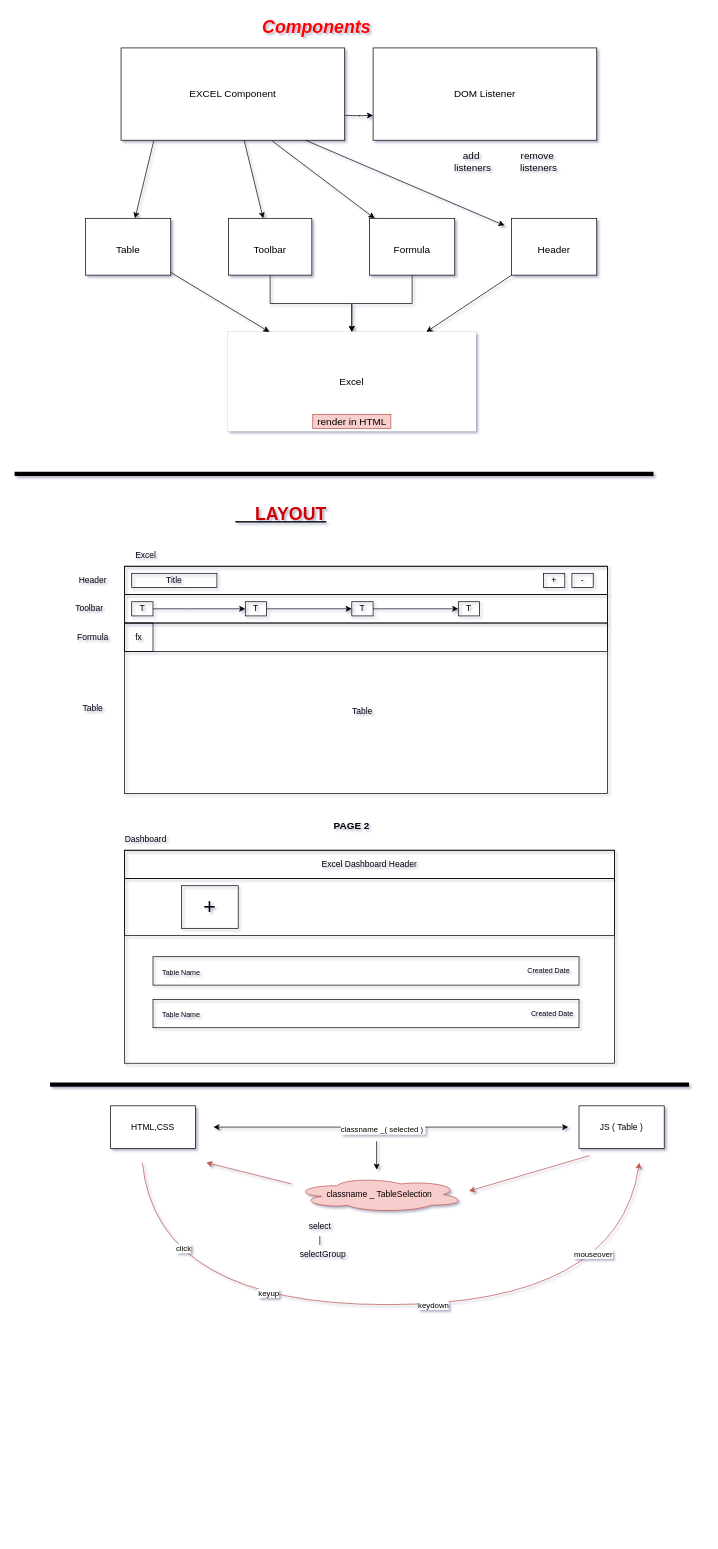
Before: excelDiagram.drawio in handreasyan/excel-project, a draw.io diagram. Source tidied: cells renumbered, new cells numbered last; positions are measured from the earlier drawing's top-left corner, leaving out a move shared by most shapes. Both pictures are drawn from the tidied source at 71%, with x=0, y=0 at pixel (14, 12).
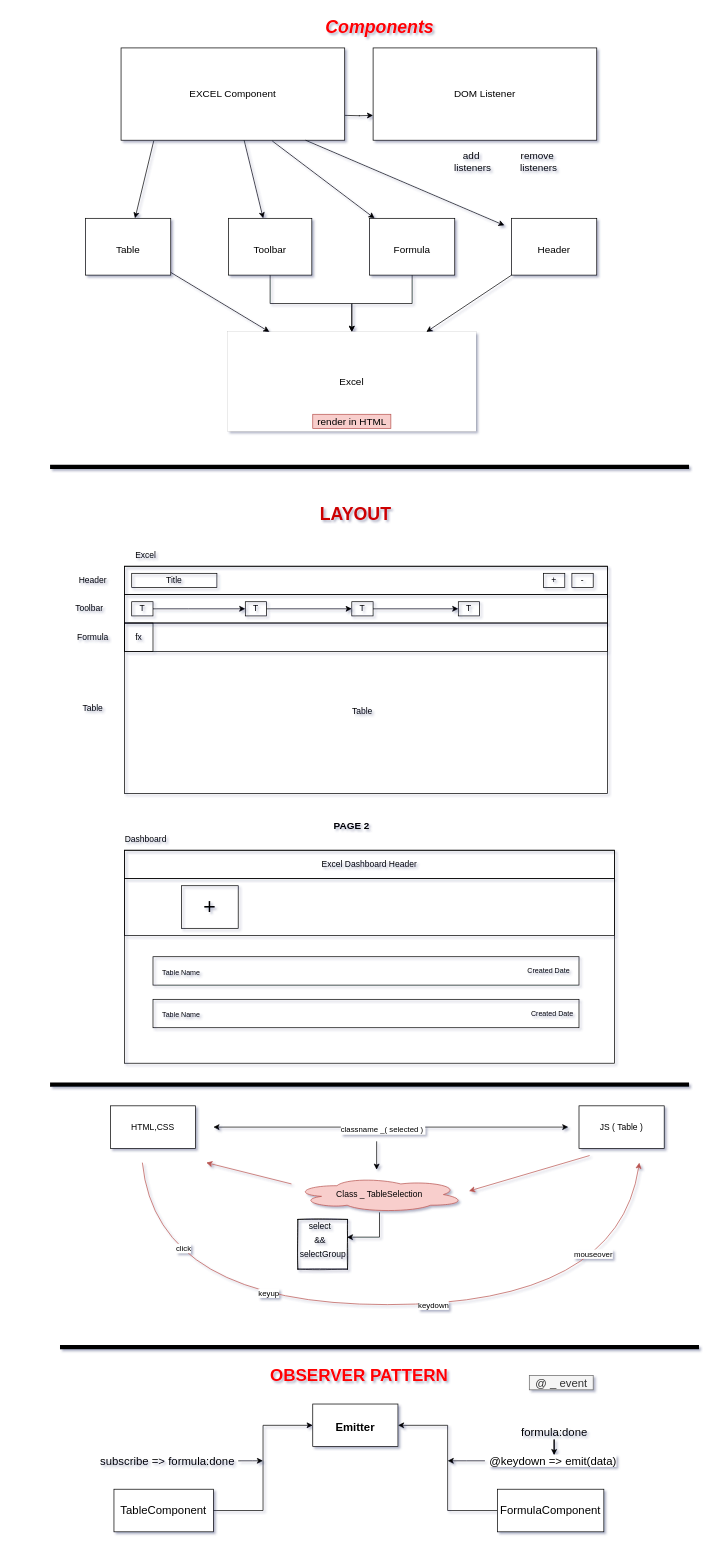
The same diagram, later.

Diff of the diagram source:
```diff
@@
-    <mxCell id="35" value="&lt;font style=&quot;font-size: 25px&quot;&gt;&lt;b&gt;&lt;u&gt;&lt;font color=&quot;#cc0000&quot;&gt;&amp;nbsp; &amp;nbsp;&lt;span style=&quot;white-space: pre&quot;&gt; &lt;/span&gt;LAYOUT&lt;br&gt;&lt;br&gt;&lt;br&gt;&lt;/font&gt;&lt;br&gt;&lt;/u&gt;&lt;/b&gt;&lt;/font&gt;" style="text;html=1;align=center;verticalAlign=middle;strokeColor=none;fillColor=none;" parent="1" vertex="1">
-      <mxGeometry x="290" y="710" width="170" height="80" as="geometry" />
+    <mxCell id="35" value="&lt;font style=&quot;font-size: 25px&quot;&gt;&lt;b&gt;&lt;font color=&quot;#cc0000&quot;&gt;LAYOUT&lt;br&gt;&lt;br&gt;&lt;br&gt;&lt;/font&gt;&lt;br&gt;&lt;/b&gt;&lt;/font&gt;" style="text;html=1;align=center;verticalAlign=middle;strokeColor=none;fillColor=none;strokeWidth=0;" parent="1" vertex="1">
+      <mxGeometry x="420" y="710" width="120" height="80" as="geometry" />
     </mxCell>
     <mxCell id="36" value="&lt;font color=&quot;#ff0000&quot;&gt;&lt;b&gt;&lt;i&gt;Components&lt;/i&gt;&lt;/b&gt;&lt;/font&gt;" style="text;html=1;align=center;verticalAlign=middle;strokeColor=none;fillColor=none;fontSize=25;" parent="1" vertex="1">
-      <mxGeometry x="340" width="170" height="40" as="geometry" />
+      <mxGeometry x="429" width="170" height="40" as="geometry" />
     </mxCell>
@@
     <mxCell id="56" style="endArrow=none;html=1;strokeWidth=6;" parent="1" edge="1">
       <mxGeometry relative="1" as="geometry">
-        <mxPoint y="650" as="sourcePoint" />
-        <mxPoint x="900" y="650" as="targetPoint" />
+        <mxPoint x="50" y="640" as="sourcePoint" />
+        <mxPoint x="950" y="640" as="targetPoint" />
       </mxGeometry>
     </mxCell>
@@
+    <mxCell id="74" style="edgeStyle=orthogonalEdgeStyle;rounded=0;jettySize=auto;html=1;entryX=0.986;entryY=0.357;entryDx=0;entryDy=0;entryPerimeter=0;fontSize=16;fontColor=#000000;" parent="1" edge="1" source="63" target="82">
+      <mxGeometry relative="1" as="geometry" />
+    </mxCell>
-    <mxCell id="63" value="classname _ TableSelection" style="ellipse;shape=cloud;whiteSpace=wrap;html=1;fillColor=#f8cecc;strokeColor=#b85450;" parent="1" vertex="1">
+    <mxCell id="63" value="Class _ TableSelection" style="ellipse;shape=cloud;whiteSpace=wrap;html=1;fillColor=#f8cecc;strokeColor=#b85450;" parent="1" vertex="1">
       <mxGeometry x="394" y="1640" width="240" height="50" as="geometry" />
     </mxCell>
@@
-    <mxCell id="66" value="|" style="text;html=1;align=center;verticalAlign=middle;strokeColor=none;" parent="1" vertex="1">
-      <mxGeometry x="420" y="1720" width="20" height="20" as="geometry" />
+    <mxCell id="66" value="&amp;amp;&amp;amp;" style="text;html=1;align=center;verticalAlign=middle;strokeColor=none;" parent="1" vertex="1">
+      <mxGeometry x="415" y="1720" width="30" height="20" as="geometry" />
     </mxCell>
@@
+    <mxCell id="75" style="endArrow=none;html=1;strokeWidth=6;" parent="1" edge="1">
+      <mxGeometry relative="1" as="geometry">
+        <mxPoint x="64" y="1880" as="sourcePoint" />
+        <mxPoint x="964" y="1880" as="targetPoint" />
+      </mxGeometry>
+    </mxCell>
+    <mxCell id="76" value="&lt;b&gt;&lt;font style=&quot;font-size: 24px&quot; color=&quot;#ff0000&quot;&gt;OBSERVER PATTERN&lt;/font&gt;&lt;/b&gt;" style="text;html=1;align=center;verticalAlign=middle;strokeColor=none;fillColor=none;" parent="1" vertex="1">
+      <mxGeometry x="350" y="1910" width="270" height="20" as="geometry" />
+    </mxCell>
+    <mxCell id="77" value="&lt;font color=&quot;#000000&quot; style=&quot;font-size: 16px&quot;&gt;&lt;b&gt;Emitter&lt;/b&gt;&lt;/font&gt;" style="rounded=0;whiteSpace=wrap;html=1;fontSize=24;fontColor=#FF0000;" parent="1" vertex="1">
+      <mxGeometry x="420" y="1960" width="120" height="60" as="geometry" />
+    </mxCell>
+    <mxCell id="78" style="edgeStyle=orthogonalEdgeStyle;rounded=0;jettySize=auto;html=1;entryX=0;entryY=0.5;entryDx=0;entryDy=0;fontSize=16;fontColor=#000000;" parent="1" edge="1" source="79" target="77">
+      <mxGeometry relative="1" as="geometry" />
+    </mxCell>
+    <mxCell id="79" value="TableComponent" style="rounded=0;whiteSpace=wrap;html=1;fontSize=16;fontColor=#000000;" parent="1" vertex="1">
+      <mxGeometry x="140" y="2080" width="140" height="60" as="geometry" />
+    </mxCell>
+    <mxCell id="80" style="edgeStyle=orthogonalEdgeStyle;rounded=0;jettySize=auto;html=1;entryX=1;entryY=0.5;entryDx=0;entryDy=0;fontSize=16;fontColor=#000000;" parent="1" edge="1" source="81" target="77">
+      <mxGeometry relative="1" as="geometry" />
+    </mxCell>
+    <mxCell id="81" value="FormulaComponent" style="rounded=0;whiteSpace=wrap;html=1;fontSize=16;fontColor=#000000;" parent="1" vertex="1">
+      <mxGeometry x="680" y="2080" width="150" height="60" as="geometry" />
+    </mxCell>
+    <mxCell id="82" style="rounded=0;whiteSpace=wrap;html=1;shadow=0;glass=1;sketch=1;fontSize=16;fontColor=#000000;strokeWidth=1;fillColor=none;" parent="1" vertex="1">
+      <mxGeometry x="399" y="1700" width="70" height="70" as="geometry" />
+    </mxCell>
+    <mxCell id="83" value="@ _ event" style="text;html=1;align=center;verticalAlign=middle;fontSize=16;fillColor=#f5f5f5;fontColor=#333333;strokeColor=#666666;" parent="1" vertex="1">
+      <mxGeometry x="725" y="1920" width="90" height="20" as="geometry" />
+    </mxCell>
+    <mxCell id="84" style="edgeStyle=orthogonalEdgeStyle;rounded=0;jettySize=auto;html=1;fontSize=16;fontColor=#000000;" parent="1" edge="1" source="85">
+      <mxGeometry relative="1" as="geometry">
+        <mxPoint x="350" y="2040" as="targetPoint" />
+      </mxGeometry>
+    </mxCell>
+    <mxCell id="85" value="subscribe =&amp;gt; formula:done" style="text;html=1;align=center;verticalAlign=middle;points=[];strokeColor=none;fillColor=none;fontSize=16;fontColor=#000000;" parent="1" vertex="1">
+      <mxGeometry x="115" y="2030" width="200" height="20" as="geometry" />
+    </mxCell>
+    <mxCell id="86" style="edgeStyle=orthogonalEdgeStyle;rounded=0;jettySize=auto;html=1;fontSize=16;fontColor=#000000;" parent="1" edge="1" source="87">
+      <mxGeometry relative="1" as="geometry">
+        <mxPoint x="610" y="2040" as="targetPoint" />
+      </mxGeometry>
+    </mxCell>
+    <mxCell id="87" value="&lt;span style=&quot;background-color: rgb(255 , 255 , 255)&quot;&gt;@keydown =&amp;gt; emit(data)&lt;/span&gt;" style="text;html=1;align=center;verticalAlign=middle;points=[];strokeColor=none;fillColor=none;fontSize=16;fontColor=#000000;" parent="1" vertex="1">
+      <mxGeometry x="662.5" y="2030" width="190" height="20" as="geometry" />
+    </mxCell>
+    <mxCell id="88" style="edgeStyle=orthogonalEdgeStyle;rounded=0;jettySize=auto;html=1;entryX=0.513;entryY=0.1;entryDx=0;entryDy=0;entryPerimeter=0;fontSize=16;fontColor=#000000;" parent="1" edge="1" source="89" target="87">
+      <mxGeometry relative="1" as="geometry" />
+    </mxCell>
+    <mxCell id="89" value="formula:done" style="text;html=1;align=center;verticalAlign=middle;points=[];strokeColor=none;fillColor=none;fontSize=16;fontColor=#000000;" parent="1" vertex="1">
+      <mxGeometry x="705" y="1990" width="110" height="20" as="geometry" />
+    </mxCell>
```
